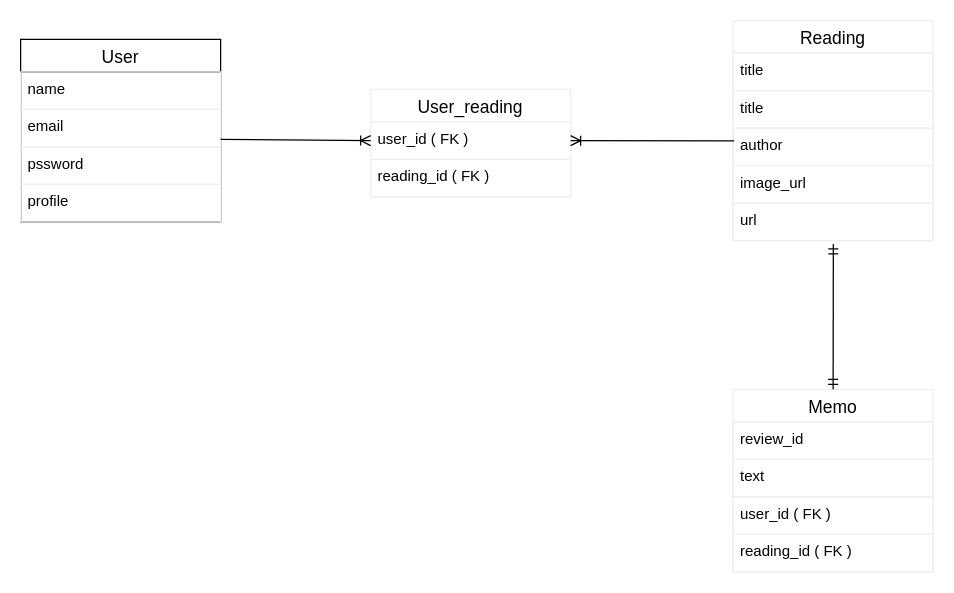
Above: ERD.dio in shiori771/reed-books (draw.io), before the change. Source tidied: cells renumbered, new cells numbered last; positions are measured from the earlier drawing's top-left corner, leaving out a move shared by most shapes. Both pictures are drawn from the tidied source at 125%, with x=0, y=0 at pixel (20, 20).
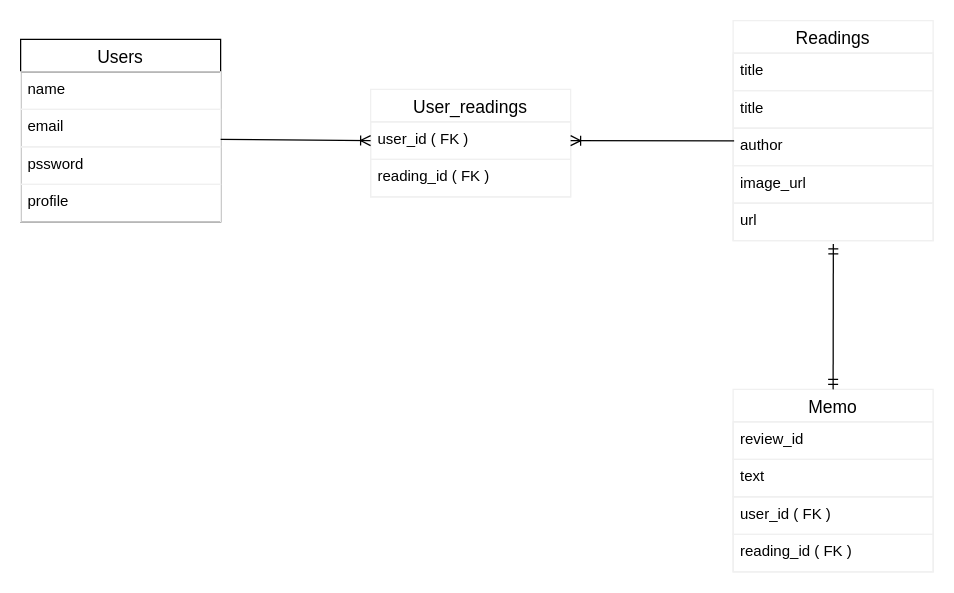
The same diagram, later.

Change to the diagram source:
```diff
@@
-    <mxCell id="2" value="User" style="swimlane;fontStyle=0;horizontal=1;startSize=26;align=center;fontSize=14;" parent="1" vertex="1">
+    <mxCell id="2" value="Users" style="swimlane;fontStyle=0;horizontal=1;startSize=26;align=center;fontSize=14;" parent="1" vertex="1">
       <mxGeometry y="15" width="160" height="146" as="geometry" />
     </mxCell>
@@
-    <mxCell id="7" value="Reading" style="swimlane;fontStyle=0;horizontal=1;startSize=26;align=center;fontSize=14;strokeColor=#f0f0f0;" parent="1" vertex="1">
+    <mxCell id="7" value="Readings" style="swimlane;fontStyle=0;horizontal=1;startSize=26;align=center;fontSize=14;strokeColor=#f0f0f0;" parent="1" vertex="1">
       <mxGeometry x="570" width="160" height="176" as="geometry" />
     </mxCell>
@@
-    <mxCell id="13" value="User_reading" style="swimlane;fontStyle=0;horizontal=1;startSize=26;align=center;fontSize=14;strokeColor=#f0f0f0;" parent="1" vertex="1">
+    <mxCell id="13" value="User_readings" style="swimlane;fontStyle=0;horizontal=1;startSize=26;align=center;fontSize=14;strokeColor=#f0f0f0;" parent="1" vertex="1">
       <mxGeometry x="280" y="55" width="160" height="86" as="geometry" />
     </mxCell>
```
